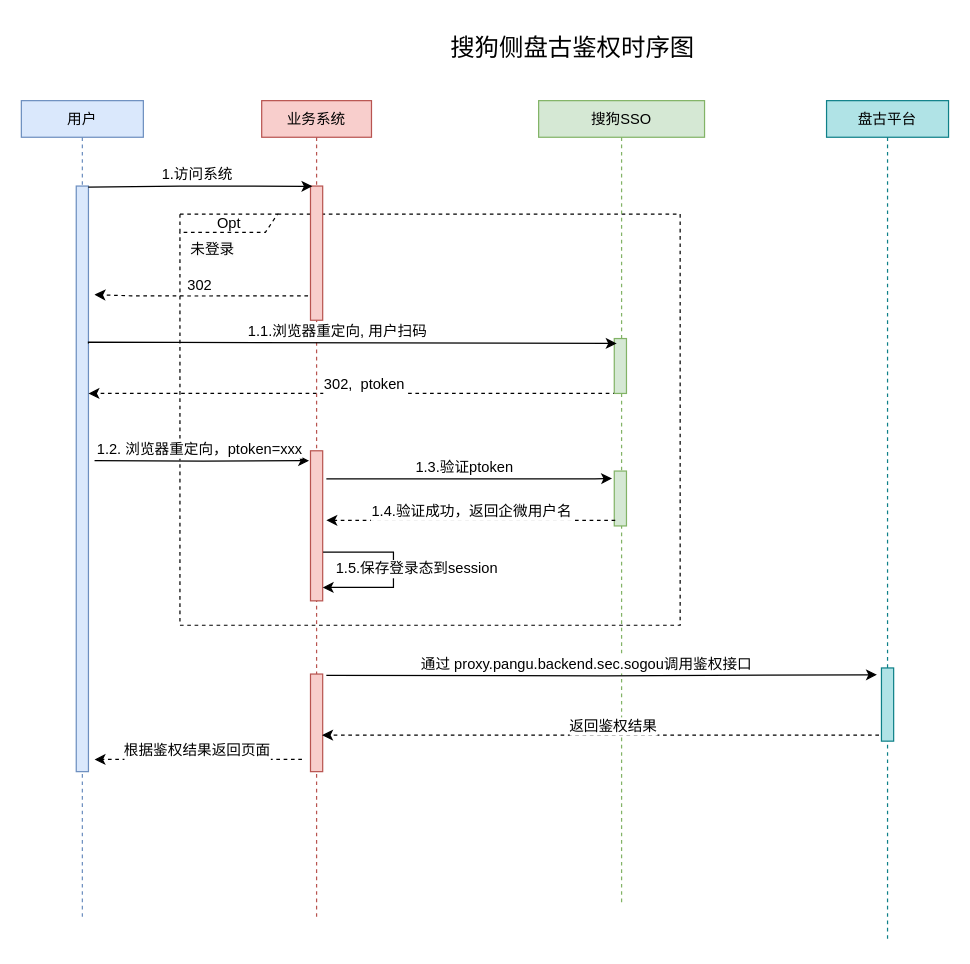
Above: pangu.drawio in icesyc/diagram (draw.io), before the change. Source tidied: cells renumbered, new cells numbered last; positions are measured from the earlier drawing's top-left corner, leaving out a move shared by most shapes. Both pictures are drawn from the tidied source at 122%, with x=0, y=0 at pixel (21, 21).
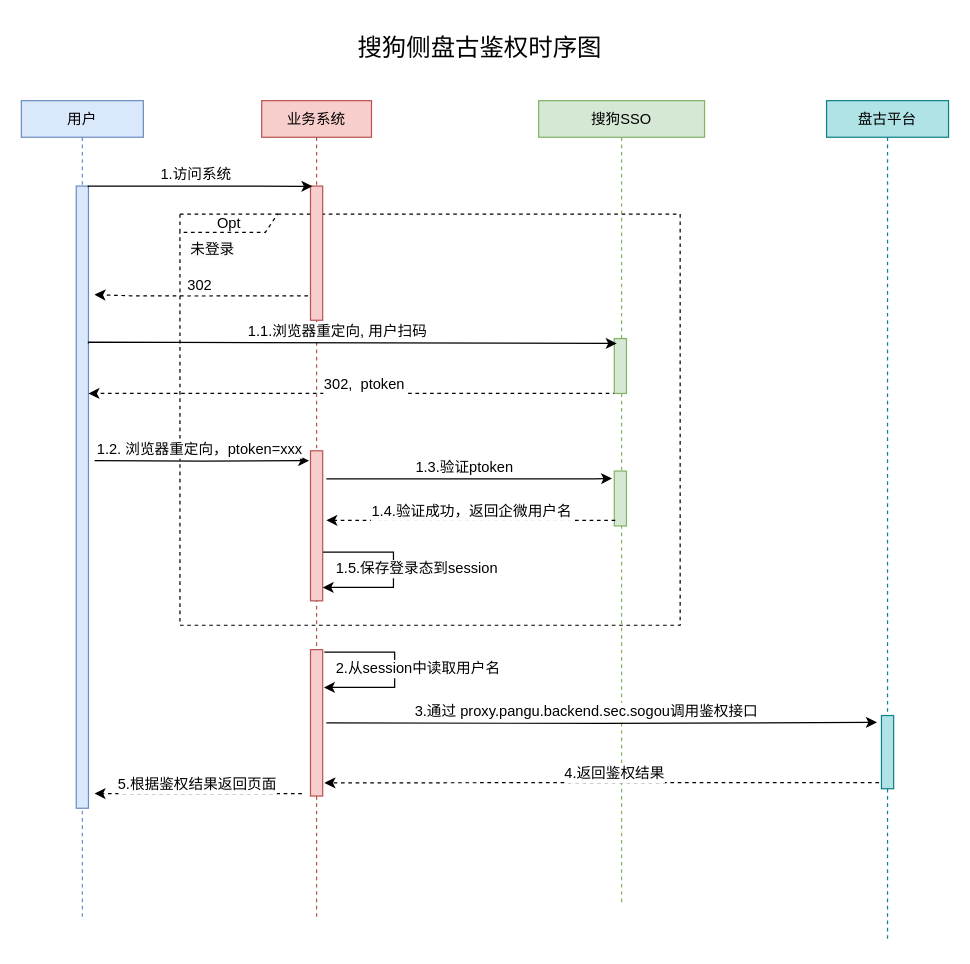
The same diagram, later.

Unchanged cells that the change refers to:
```xml
<mxCell id="3" value="用户" style="shape=umlLifeline;perimeter=lifelinePerimeter;rounded=0;shadow=0;strokeWidth=1;size=30;fillColor=#dae8fc;strokeColor=#6c8ebf;" parent="1" vertex="1">
  <mxGeometry y="65" width="100" height="670" as="geometry" />
</mxCell>
<mxCell id="7" value="业务系统" style="shape=umlLifeline;perimeter=lifelinePerimeter;rounded=0;shadow=0;strokeWidth=1;size=30;fillColor=#f8cecc;strokeColor=#b85450;" parent="1" vertex="1">
  <mxGeometry x="197" y="65" width="90" height="670" as="geometry" />
</mxCell>
<mxCell id="11" value="搜狗SSO" style="shape=umlLifeline;perimeter=lifelinePerimeter;rounded=0;shadow=0;strokeWidth=1;size=30;fillColor=#d5e8d4;strokeColor=#82b366;" parent="1" vertex="1">
  <mxGeometry x="424" y="65" width="136" height="660" as="geometry" />
</mxCell>
<mxCell id="18" value="盘古平台" style="shape=umlLifeline;perimeter=lifelinePerimeter;rounded=0;shadow=0;strokeWidth=1;size=30;fillColor=#b0e3e6;strokeColor=#0e8088;" parent="1" vertex="1">
  <mxGeometry x="660" y="65" width="100" height="690" as="geometry" />
</mxCell>
```

What changed in the source:
```diff
@@
-    <mxCell id="2" value="Opt" style="shape=umlFrame;tabWidth=110;tabHeight=30;tabPosition=left;html=1;boundedLbl=1;labelInHeader=1;width=80;height=15;shadow=0;dashed=1;labelBackgroundColor=none;labelBorderColor=none;fontSize=12;fontColor=default;fillColor=none;swimlaneFillColor=none;" parent="1" vertex="1">
+    <mxCell id="2" value="Opt" style="shape=umlFrame;tabWidth=110;tabHeight=30;tabPosition=left;html=1;boundedLbl=1;labelInHeader=1;width=80;height=15;shadow=0;dashed=1;labelBackgroundColor=none;labelBorderColor=none;fontSize=12;swimlaneFillColor=none;fillStyle=auto;fillColor=default;gradientColor=none;" parent="1" vertex="1">
       <mxGeometry x="130" y="158" width="410" height="337" as="geometry" />
     </mxCell>
@@
     <mxCell id="4" style="points=[];perimeter=orthogonalPerimeter;rounded=0;shadow=0;strokeWidth=1;fillColor=#dae8fc;strokeColor=#6c8ebf;" parent="3" vertex="1">
-      <mxGeometry x="45" y="70" width="10" height="480" as="geometry" />
+      <mxGeometry x="45" y="70" width="10" height="510" as="geometry" />
     </mxCell>
@@
     <mxCell id="10" style="points=[];perimeter=orthogonalPerimeter;rounded=0;shadow=0;strokeWidth=1;fillColor=#f8cecc;strokeColor=#b85450;" parent="7" vertex="1">
-      <mxGeometry x="40" y="470" width="10" height="80" as="geometry" />
+      <mxGeometry x="40" y="450" width="10" height="120" as="geometry" />
     </mxCell>
@@
-    <mxCell id="14" style="edgeStyle=elbowEdgeStyle;rounded=0;jettySize=auto;html=1;labelBackgroundColor=none;fontSize=12;fontColor=default;startArrow=none;startFill=0;endArrow=classic;endFill=1;strokeColor=#000000;strokeWidth=1;dashed=1;exitX=0.2;exitY=1;exitDx=0;exitDy=0;exitPerimeter=0;entryX=0.952;entryY=0.626;entryDx=0;entryDy=0;entryPerimeter=0;" parent="11" edge="1" target="10">
+    <mxCell id="14" style="edgeStyle=elbowEdgeStyle;rounded=0;jettySize=auto;html=1;labelBackgroundColor=none;fontSize=12;fontColor=default;startArrow=none;startFill=0;endArrow=classic;endFill=1;strokeColor=#000000;strokeWidth=1;dashed=1;exitX=0.2;exitY=1;exitDx=0;exitDy=0;exitPerimeter=0;entryX=1.143;entryY=0.91;entryDx=0;entryDy=0;entryPerimeter=0;" parent="11" edge="1" target="10">
       <mxGeometry relative="1" as="geometry">
-        <mxPoint x="279" y="520" as="sourcePoint" />
+        <mxPoint x="279" y="559" as="sourcePoint" />
       </mxGeometry>
     </mxCell>
-    <mxCell id="15" value="返回鉴权结果" style="edgeLabel;html=1;align=center;verticalAlign=middle;fontSize=12;fontColor=default;" parent="14" vertex="1">
+    <mxCell id="15" value="4.返回鉴权结果" style="edgeLabel;html=1;align=center;verticalAlign=middle;fontSize=12;fontColor=default;" parent="14" vertex="1">
       <mxGeometry x="-0.08" y="1" relative="1" as="geometry">
         <mxPoint x="-9" y="-9" as="offset" />
       </mxGeometry>
     </mxCell>
@@
     <mxCell id="19" style="points=[];perimeter=orthogonalPerimeter;rounded=0;shadow=0;strokeWidth=1;fillColor=#b0e3e6;strokeColor=#0e8088;" parent="18" vertex="1">
-      <mxGeometry x="45" y="465" width="10" height="60" as="geometry" />
+      <mxGeometry x="45" y="504" width="10" height="60" as="geometry" />
     </mxCell>
     <mxCell id="20" value="搜狗侧盘古鉴权时序图" style="text;html=1;strokeColor=none;fillColor=none;align=center;verticalAlign=middle;whiteSpace=wrap;rounded=0;fontSize=20;" parent="1" vertex="1">
-      <mxGeometry x="326" width="252" height="41" as="geometry" />
+      <mxGeometry x="250" width="252" height="41" as="geometry" />
     </mxCell>
@@
     <mxCell id="34" style="edgeStyle=orthogonalEdgeStyle;rounded=0;jettySize=auto;html=1;exitX=0.986;exitY=0.002;exitDx=0;exitDy=0;exitPerimeter=0;entryX=-0.371;entryY=0.093;entryDx=0;entryDy=0;entryPerimeter=0;" parent="1" edge="1" target="19">
       <mxGeometry relative="1" as="geometry">
-        <mxPoint x="250" y="536" as="sourcePoint" />
+        <mxPoint x="250" y="575" as="sourcePoint" />
       </mxGeometry>
     </mxCell>
-    <mxCell id="35" value="通过 proxy.pangu.backend.sec.sogou调用鉴权接口" style="edgeLabel;html=1;align=center;verticalAlign=middle;fontSize=12;" parent="34" vertex="1">
+    <mxCell id="35" value="3.通过 proxy.pangu.backend.sec.sogou调用鉴权接口" style="edgeLabel;html=1;align=center;verticalAlign=middle;fontSize=12;" parent="34" vertex="1">
       <mxGeometry x="-0.08" y="1" relative="1" as="geometry">
         <mxPoint x="4" y="-9" as="offset" />
       </mxGeometry>
     </mxCell>
     <mxCell id="36" style="edgeStyle=elbowEdgeStyle;rounded=0;orthogonalLoop=1;jettySize=auto;html=1;labelBackgroundColor=none;fontSize=12;fontColor=default;startArrow=none;startFill=0;endArrow=classic;endFill=1;strokeColor=#000000;strokeWidth=1;dashed=1;entryX=0.952;entryY=0.626;entryDx=0;entryDy=0;entryPerimeter=0;" parent="1" edge="1">
       <mxGeometry relative="1" as="geometry">
-        <mxPoint x="230" y="605" as="sourcePoint" />
-        <mxPoint x="60" y="605" as="targetPoint" />
+        <mxPoint x="230" y="633" as="sourcePoint" />
+        <mxPoint x="60" y="633" as="targetPoint" />
       </mxGeometry>
     </mxCell>
-    <mxCell id="37" value="根据鉴权结果返回页面" style="edgeLabel;html=1;align=center;verticalAlign=middle;fontSize=12;fontColor=default;" parent="36" vertex="1">
+    <mxCell id="37" value="5.根据鉴权结果返回页面" style="edgeLabel;html=1;align=center;verticalAlign=middle;fontSize=12;fontColor=default;" parent="36" vertex="1">
       <mxGeometry x="-0.08" y="1" relative="1" as="geometry">
         <mxPoint x="-9" y="-9" as="offset" />
       </mxGeometry>
     </mxCell>
+    <mxCell id="38" style="edgeStyle=elbowEdgeStyle;rounded=0;orthogonalLoop=1;jettySize=auto;html=1;labelBackgroundColor=none;fontSize=12;fontColor=default;startArrow=none;startFill=0;endArrow=classic;endFill=1;strokeColor=#000000;strokeWidth=1;exitX=1.233;exitY=0.542;exitDx=0;exitDy=0;exitPerimeter=0;" parent="1" edge="1">
+      <mxGeometry relative="1" as="geometry">
+        <mxPoint x="248.3" y="517" as="sourcePoint" />
+        <mxPoint x="248" y="546" as="targetPoint" />
+        <Array as="points">
+          <mxPoint x="306" y="512" />
+        </Array>
+      </mxGeometry>
+    </mxCell>
+    <mxCell id="39" value="2.从session中读取用户名" style="edgeLabel;html=1;align=center;verticalAlign=middle;fontSize=12;fontColor=default;" parent="38" vertex="1">
+      <mxGeometry x="-0.52" relative="1" as="geometry">
+        <mxPoint x="41" y="13" as="offset" />
+      </mxGeometry>
+    </mxCell>
```
